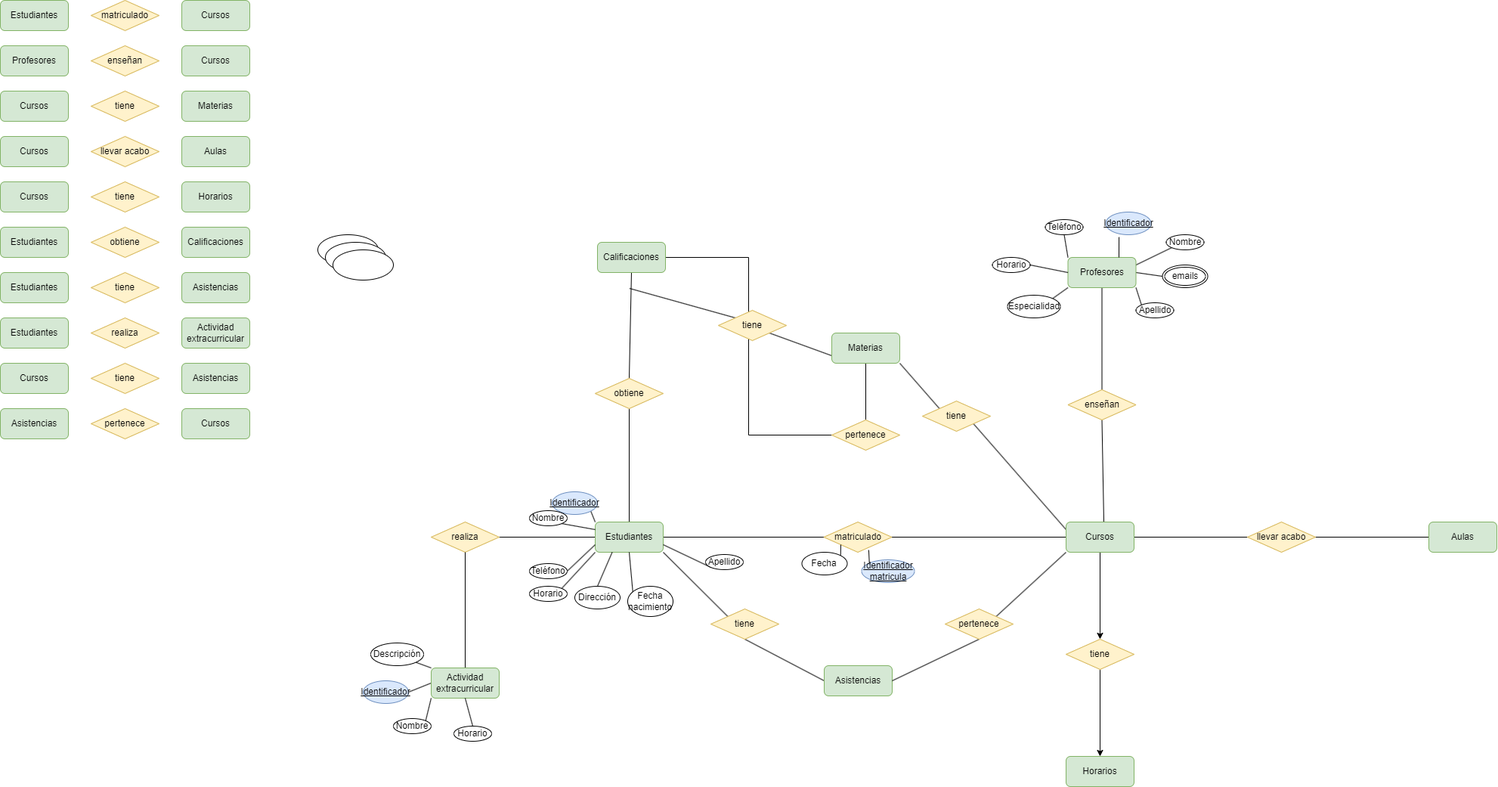
LuisMGlez/base-datos keeps this draw.io diagram as Unidad-1/Tareas/Tareas-evaluables/Tarea-evaluable-1/Ejercicio-evaluable-1.drawio.png. Above is the earlier version. Source tidied: cells renumbered, new cells last; positions are measured from the earlier drawing's top-left corner, leaving out a move shared by most shapes.
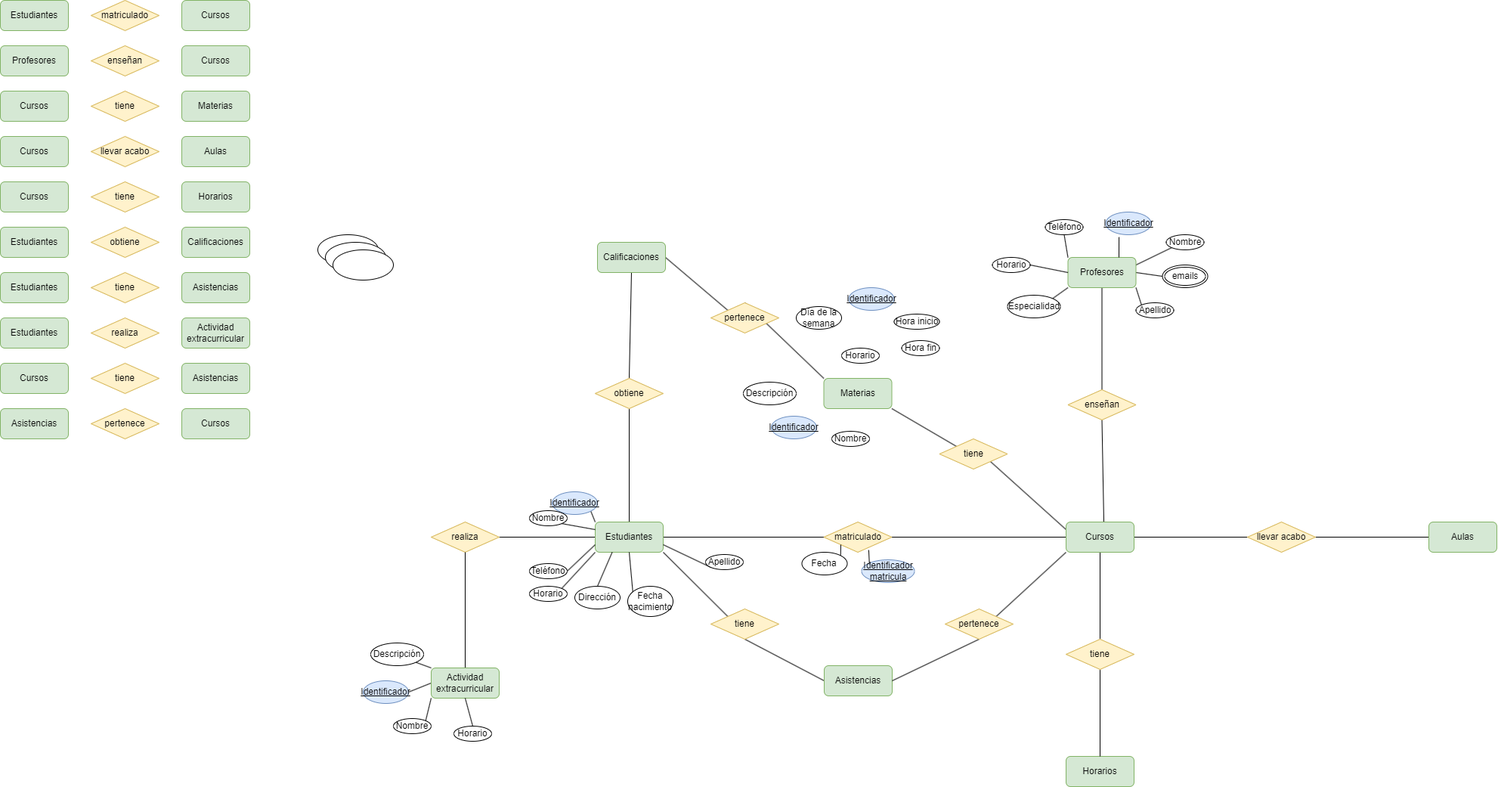
After the commit.

Diff of the diagram source:
```diff
@@ -115,7 +115,7 @@
     <mxCell id="38" style="rounded=0;jettySize=auto;html=1;exitX=0;exitY=0.25;exitDx=0;exitDy=0;entryX=1;entryY=1;entryDx=0;entryDy=0;endArrow=none;endFill=0;" parent="1" edge="1" source="40" target="100">
       <mxGeometry relative="1" as="geometry" />
     </mxCell>
-    <mxCell id="39" style="edgeStyle=orthogonalEdgeStyle;rounded=0;jettySize=auto;html=1;exitX=0.5;exitY=1;exitDx=0;exitDy=0;entryX=0.5;entryY=0;entryDx=0;entryDy=0;" parent="1" edge="1" source="40" target="113">
+    <mxCell id="39" style="edgeStyle=orthogonalEdgeStyle;rounded=0;jettySize=auto;html=1;exitX=0.5;exitY=1;exitDx=0;exitDy=0;entryX=0.5;entryY=0;entryDx=0;entryDy=0;endArrow=none;endFill=0;" parent="1" edge="1" source="40" target="113">
       <mxGeometry relative="1" as="geometry" />
     </mxCell>
     <mxCell id="40" value="Cursos" style="rounded=1;whiteSpace=wrap;html=1;fillColor=#d5e8d4;strokeColor=#82b366;" parent="1" vertex="1">
@@ -154,13 +154,13 @@
     <mxCell id="51" value="Aulas" style="rounded=1;whiteSpace=wrap;html=1;fillColor=#d5e8d4;strokeColor=#82b366;" parent="1" vertex="1">
       <mxGeometry x="1890" y="690" width="90" height="40" as="geometry" />
     </mxCell>
-    <mxCell id="52" style="rounded=0;jettySize=auto;html=1;exitX=0.5;exitY=0;exitDx=0;exitDy=0;entryX=0.5;entryY=1;entryDx=0;entryDy=0;endArrow=none;endFill=0;" parent="1" edge="1" source="53" target="55">
+    <mxCell id="52" style="rounded=0;jettySize=auto;html=1;exitX=0.5;exitY=0;exitDx=0;exitDy=0;endArrow=none;endFill=0;entryX=0.5;entryY=1;entryDx=0;entryDy=0;" parent="1" edge="1" source="53" target="55">
       <mxGeometry relative="1" as="geometry" />
     </mxCell>
     <mxCell id="53" value="obtiene" style="rhombus;whiteSpace=wrap;html=1;fillColor=#fff2cc;strokeColor=#d6b656;" parent="1" vertex="1">
       <mxGeometry x="787" y="500" width="90" height="40" as="geometry" />
     </mxCell>
-    <mxCell id="54" style="edgeStyle=orthogonalEdgeStyle;rounded=0;jettySize=auto;html=1;exitX=1;exitY=0.5;exitDx=0;exitDy=0;entryX=0;entryY=0.5;entryDx=0;entryDy=0;endArrow=none;endFill=0;" parent="1" edge="1" source="55" target="63">
+    <mxCell id="54" style="rounded=0;jettySize=auto;html=1;exitX=1;exitY=0.5;exitDx=0;exitDy=0;entryX=0;entryY=0;entryDx=0;entryDy=0;endArrow=none;endFill=0;" parent="1" edge="1" source="55" target="63">
       <mxGeometry relative="1" as="geometry" />
     </mxCell>
     <mxCell id="55" value="Calificaciones" style="rounded=1;whiteSpace=wrap;html=1;fillColor=#d5e8d4;strokeColor=#82b366;" parent="1" vertex="1">
@@ -184,11 +184,11 @@
     <mxCell id="61" value="pertenece" style="rhombus;whiteSpace=wrap;html=1;fillColor=#fff2cc;strokeColor=#d6b656;" parent="1" vertex="1">
       <mxGeometry x="1250" y="805" width="90" height="40" as="geometry" />
     </mxCell>
-    <mxCell id="62" style="rounded=0;jettySize=auto;html=1;exitX=0.5;exitY=0;exitDx=0;exitDy=0;endArrow=none;endFill=0;" parent="1" edge="1" source="63" target="98">
+    <mxCell id="62" style="rounded=0;jettySize=auto;html=1;exitX=0.5;exitY=0;exitDx=0;exitDy=0;endArrow=none;endFill=0;entryX=0;entryY=0;entryDx=0;entryDy=0;" parent="1" edge="1" source="63" target="98">
       <mxGeometry relative="1" as="geometry" />
     </mxCell>
     <mxCell id="63" value="pertenece" style="rhombus;whiteSpace=wrap;html=1;fillColor=#fff2cc;strokeColor=#d6b656;" parent="1" vertex="1">
-      <mxGeometry x="1100" y="555" width="90" height="40" as="geometry" />
+      <mxGeometry x="940" y="400" width="90" height="40" as="geometry" />
     </mxCell>
     <mxCell id="64" value="realiza" style="rhombus;whiteSpace=wrap;html=1;fillColor=#fff2cc;strokeColor=#d6b656;" parent="1" vertex="1">
       <mxGeometry x="570" y="690" width="90" height="40" as="geometry" />
@@ -289,17 +289,14 @@
     <mxCell id="96" style="rounded=0;jettySize=auto;html=1;exitX=0.75;exitY=0;exitDx=0;exitDy=0;entryX=0.293;entryY=1.105;entryDx=0;entryDy=0;entryPerimeter=0;endArrow=none;endFill=0;" parent="1" edge="1" source="47" target="91">
       <mxGeometry relative="1" as="geometry" />
     </mxCell>
-    <mxCell id="97" style="rounded=0;jettySize=auto;html=1;exitX=0;exitY=0.75;exitDx=0;exitDy=0;entryX=1;entryY=1;entryDx=0;entryDy=0;endArrow=none;endFill=0;" parent="1" edge="1" source="98" target="104">
-      <mxGeometry relative="1" as="geometry" />
-    </mxCell>
     <mxCell id="98" value="Materias" style="rounded=1;whiteSpace=wrap;html=1;fillColor=#d5e8d4;strokeColor=#82b366;" parent="1" vertex="1">
-      <mxGeometry x="1100" y="440" width="90" height="40" as="geometry" />
+      <mxGeometry x="1089.5" y="500" width="90" height="40" as="geometry" />
     </mxCell>
     <mxCell id="99" style="rounded=0;jettySize=auto;html=1;exitX=0;exitY=0;exitDx=0;exitDy=0;entryX=1;entryY=1;entryDx=0;entryDy=0;endArrow=none;endFill=0;" parent="1" edge="1" source="100" target="98">
       <mxGeometry relative="1" as="geometry" />
     </mxCell>
     <mxCell id="100" value="tiene" style="rhombus;whiteSpace=wrap;html=1;fillColor=#fff2cc;strokeColor=#d6b656;" parent="1" vertex="1">
-      <mxGeometry x="1220" y="530" width="90" height="40" as="geometry" />
+      <mxGeometry x="1242.5" y="580" width="90" height="40" as="geometry" />
     </mxCell>
     <mxCell id="101" style="rounded=0;jettySize=auto;html=1;exitX=1;exitY=1;exitDx=0;exitDy=0;entryX=0;entryY=0.25;entryDx=0;entryDy=0;endArrow=none;endFill=0;" parent="1" edge="1" source="102" target="33">
       <mxGeometry relative="1" as="geometry" />
@@ -307,25 +304,17 @@
     <mxCell id="102" value="Nombre" style="ellipse;whiteSpace=wrap;html=1;" parent="1" vertex="1">
       <mxGeometry x="700" y="675" width="50" height="20" as="geometry" />
     </mxCell>
-    <mxCell id="103" style="rounded=0;jettySize=auto;html=1;exitX=0;exitY=0;exitDx=0;exitDy=0;entryX=0.75;entryY=1;entryDx=0;entryDy=0;endArrow=none;endFill=0;" parent="1" edge="1" source="104">
-      <mxGeometry relative="1" as="geometry">
-        <mxPoint x="832.5" y="381" as="targetPoint" />
-      </mxGeometry>
-    </mxCell>
-    <mxCell id="104" value="tiene" style="rhombus;whiteSpace=wrap;html=1;fillColor=#fff2cc;strokeColor=#d6b656;" parent="1" vertex="1">
-      <mxGeometry x="950" y="410" width="90" height="40" as="geometry" />
-    </mxCell>
     <mxCell id="105" value="&lt;u&gt;Identificador&lt;/u&gt;" style="ellipse;whiteSpace=wrap;html=1;fillColor=#dae8fc;strokeColor=#6c8ebf;" parent="1" vertex="1">
       <mxGeometry x="480" y="900" width="60" height="30" as="geometry" />
     </mxCell>
     <mxCell id="106" value="Nombre" style="ellipse;whiteSpace=wrap;html=1;" parent="1" vertex="1">
       <mxGeometry x="520" y="950" width="50" height="20" as="geometry" />
     </mxCell>
-    <mxCell id="107" style="ellipse;whiteSpace=wrap;html=1;" parent="1" vertex="1">
-      <mxGeometry x="430" y="320" width="80" height="40" as="geometry" />
+    <mxCell id="107" value="Hora inicio" style="ellipse;whiteSpace=wrap;html=1;" parent="1" vertex="1">
+      <mxGeometry x="1182.5" y="415" width="60" height="20" as="geometry" />
     </mxCell>
-    <mxCell id="108" style="ellipse;whiteSpace=wrap;html=1;" parent="1" vertex="1">
-      <mxGeometry x="440" y="330" width="80" height="40" as="geometry" />
+    <mxCell id="108" value="Día de la semana" style="ellipse;whiteSpace=wrap;html=1;" parent="1" vertex="1">
+      <mxGeometry x="1053" y="405" width="60" height="30" as="geometry" />
     </mxCell>
     <mxCell id="109" style="rounded=0;jettySize=auto;html=1;exitX=0.5;exitY=0;exitDx=0;exitDy=0;entryX=0.5;entryY=1;entryDx=0;entryDy=0;endArrow=none;endFill=0;" parent="1" edge="1" source="110" target="69">
       <mxGeometry relative="1" as="geometry" />
@@ -336,7 +325,7 @@
     <mxCell id="111" value="Horarios" style="rounded=1;whiteSpace=wrap;html=1;fillColor=#d5e8d4;strokeColor=#82b366;" parent="1" vertex="1">
       <mxGeometry x="1410" y="1000" width="90" height="40" as="geometry" />
     </mxCell>
-    <mxCell id="112" style="edgeStyle=orthogonalEdgeStyle;rounded=0;jettySize=auto;html=1;exitX=0.5;exitY=1;exitDx=0;exitDy=0;entryX=0.5;entryY=0;entryDx=0;entryDy=0;" parent="1" edge="1" source="113" target="111">
+    <mxCell id="112" style="edgeStyle=orthogonalEdgeStyle;rounded=0;jettySize=auto;html=1;exitX=0.5;exitY=1;exitDx=0;exitDy=0;entryX=0.5;entryY=0;entryDx=0;entryDy=0;endArrow=none;endFill=0;" parent="1" edge="1" source="113" target="111">
       <mxGeometry relative="1" as="geometry" />
     </mxCell>
     <mxCell id="113" value="tiene" style="rhombus;whiteSpace=wrap;html=1;fillColor=#fff2cc;strokeColor=#d6b656;" parent="1" vertex="1">
@@ -351,5 +340,29 @@
     <mxCell id="116" value="Horario" style="ellipse;whiteSpace=wrap;html=1;" parent="1" vertex="1">
       <mxGeometry x="700" y="775" width="50" height="20" as="geometry" />
     </mxCell>
+    <mxCell id="117" value="&lt;u&gt;Identificador&lt;/u&gt;" style="ellipse;whiteSpace=wrap;html=1;fillColor=#dae8fc;strokeColor=#6c8ebf;" parent="1" vertex="1">
+      <mxGeometry x="1020" y="550" width="60" height="30" as="geometry" />
+    </mxCell>
+    <mxCell id="118" value="Nombre" style="ellipse;whiteSpace=wrap;html=1;" parent="1" vertex="1">
+      <mxGeometry x="1100" y="570" width="50" height="20" as="geometry" />
+    </mxCell>
+    <mxCell id="119" value="Descripción" style="ellipse;whiteSpace=wrap;html=1;" parent="1" vertex="1">
+      <mxGeometry x="983" y="505" width="70" height="30" as="geometry" />
+    </mxCell>
+    <mxCell id="120" value="Horario" style="ellipse;whiteSpace=wrap;html=1;" parent="1" vertex="1">
+      <mxGeometry x="1113" y="460" width="50" height="20" as="geometry" />
+    </mxCell>
+    <mxCell id="121" value="&lt;u&gt;Identificador&lt;/u&gt;" style="ellipse;whiteSpace=wrap;html=1;fillColor=#dae8fc;strokeColor=#6c8ebf;" parent="1" vertex="1">
+      <mxGeometry x="1122.5" y="380" width="60" height="30" as="geometry" />
+    </mxCell>
+    <mxCell id="122" style="ellipse;whiteSpace=wrap;html=1;" parent="1" vertex="1">
+      <mxGeometry x="430" y="320" width="80" height="40" as="geometry" />
+    </mxCell>
+    <mxCell id="123" style="ellipse;whiteSpace=wrap;html=1;" parent="1" vertex="1">
+      <mxGeometry x="440" y="330" width="80" height="40" as="geometry" />
+    </mxCell>
+    <mxCell id="124" value="Hora fin" style="ellipse;whiteSpace=wrap;html=1;" parent="1" vertex="1">
+      <mxGeometry x="1192.5" y="450" width="50" height="20" as="geometry" />
+    </mxCell>
   </root>
 </mxGraphModel>
```
